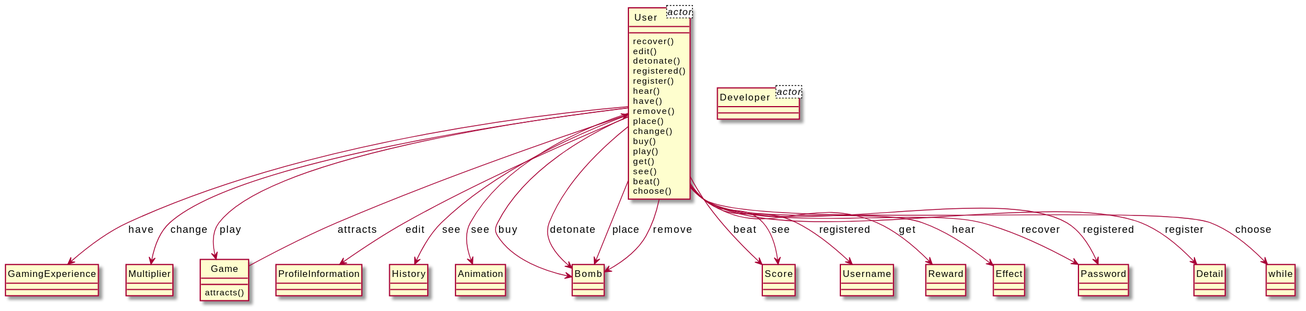
Earlier version of the PlantUML export output/diagram_5/2016-USC-Project06.svg (xixixhalu/DomainModelExtractor).
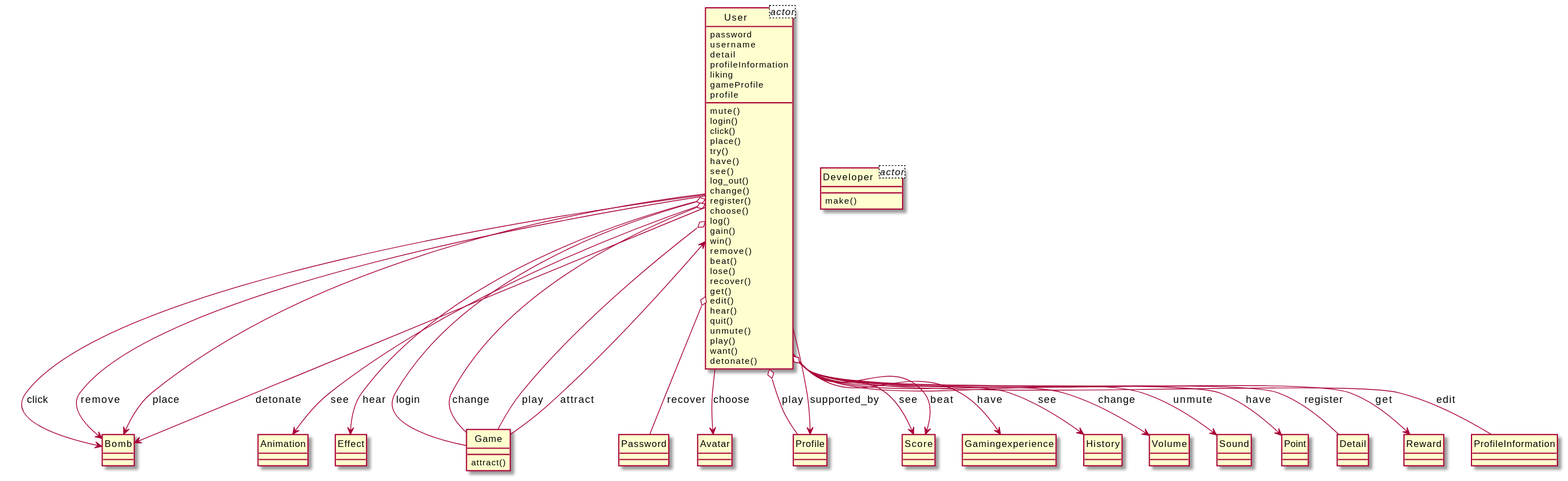
Later version of the same file.

Change to the diagram source:
```diff
@@ -1,74 +1,102 @@
 @startuml
 hide circle
 class User<actor> {
+	password
+	username
+	detail
+	profileInformation
+	liking
+	gameProfile
+	profile
 }
 class Developer<actor> {
 }
 class User {
+	mute()
+	login()
+	click()
+	place()
+	try()
+	have()
+	see()
+	log_out()
+	change()
+	register()
+	choose()
+	log()
+	gain()
+	win()
+	remove()
+	beat()
+	lose()
 	recover()
+	get()
 	edit()
+	hear()
+	quit()
+	unmute()
+	play()
+	want()
 	detonate()
-	registered()
-	register()
-	hear()
-	have()
-	remove()
-	place()
-	change()
-	buy()
-	play()
-	get()
-	see()
-	beat()
-	choose()
 }
-class GamingExperience {
+class Bomb {
 }
-class Multiplier {
+class Animation {
+}
+class Effect {
 }
 class Game {
-	attracts()
+	attract()
+}
+class Password {
+}
+class Avatar {
+}
+class Developer {
+	make()
+}
+class Profile {
+}
+class Score {
+}
+class Gamingexperience {
+}
+class History {
+}
+class Volume {
+}
+class Sound {
+}
+class Point {
+}
+class Detail {
+}
+class Reward {
 }
 class ProfileInformation {
 }
-class History {
-}
-class Animation {
-}
-class Bomb {
-}
-class Score {
-}
-class Username {
-}
-class Reward {
-}
-class Effect {
-}
-class Password {
-}
-class Detail {
-}
-class while {
-}
-User --> ProfileInformation : edit
-User --> Detail : register
-User --> Bomb : buy
+User --> Avatar : choose
+User --> Animation : see
+User --> Effect : hear
+User --> Bomb : click
+User --> Bomb : remove
+User o-- Game : login
+User o-- Profile : play
+User --> Bomb : place
+User --> Reward : get
+User o-- ProfileInformation : edit
+User --> Score : see
+User o-- Game : change
+User --> Profile : supported_by
+User --> Gamingexperience : have
 User --> History : see
-User --> Animation : see
+User o-- Game : play
+User --> Volume : change
+User --> Score : beat
+User --> Sound : unmute
+User --> Point : have
 User --> Bomb : detonate
-User --> while : choose
-User --> Score : beat
-User --> Bomb : place
-User --> Bomb : remove
-User --> Username : registered
-User --> Reward : get
-User --> Password : recover
-User --> Effect : hear
-User --> GamingExperience : have
-User --> Password : registered
-User --> Multiplier : change
-User --> Score : see
-User --> Game : play
-Game --> User : attracts
+User o-- Detail : register
+User o-- Password : recover
+Game --> User : attract
 @enduml
```
